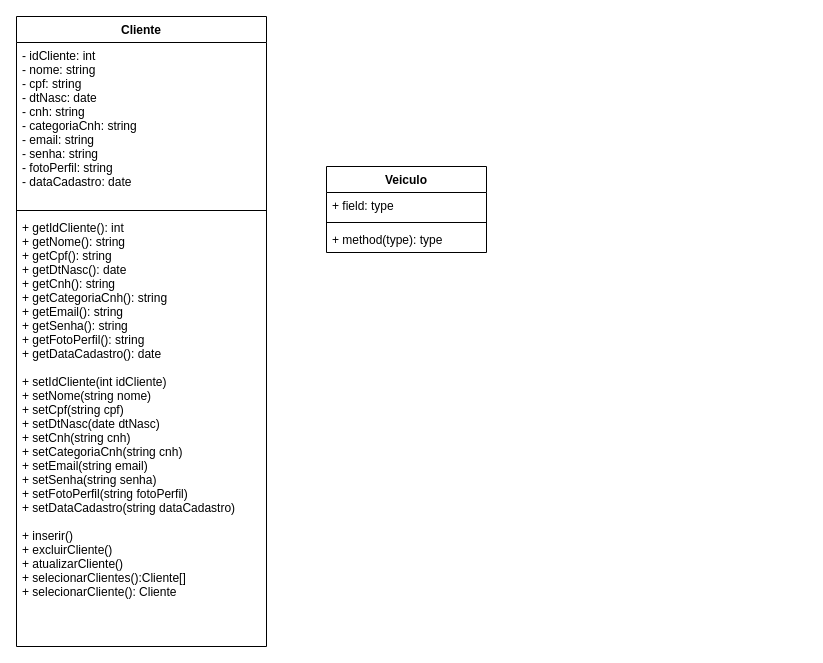
Earlier version of the draw.io diagram diagramaClasse/uml.drawio (klisssolutions/MobShare-Diversos). Source tidied: cells renumbered, new cells numbered last; positions are measured from the earlier drawing's top-left corner, leaving out a move shared by most shapes. Both pictures are drawn from the tidied source at 100%, with x=0, y=0 at pixel (16, 16).
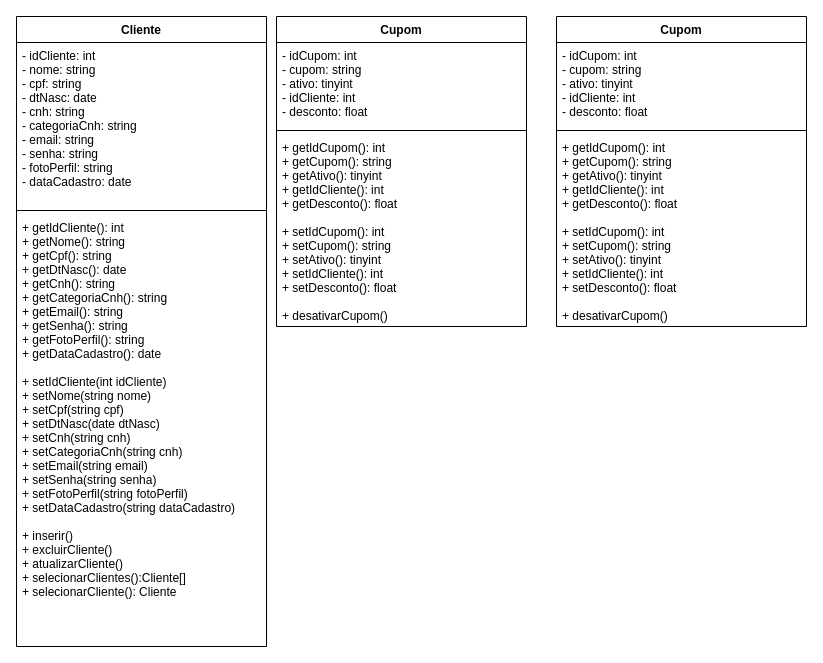
The same diagram, later.

What changed in the source:
```diff
@@
 <mxGraphModel>
   <root>
     <mxCell id="0" />
     <mxCell id="1" parent="0" />
     <mxCell id="2" value="Cliente" style="swimlane;fontStyle=1;align=center;verticalAlign=top;horizontal=1;startSize=26;" parent="1" vertex="1">
       <mxGeometry width="250" height="630" as="geometry" />
     </mxCell>
     <mxCell id="3" value="- idCliente: int&#10;- nome: string&#10;- cpf: string&#10;- dtNasc: date&#10;- cnh: string&#10;- categoriaCnh: string&#10;- email: string&#10;- senha: string&#10;- fotoPerfil: string&#10;- dataCadastro: date&#10;&#10;&#10;&#10;&#10;" style="text;strokeColor=none;fillColor=none;align=left;verticalAlign=top;spacingLeft=4;spacingRight=4;overflow=hidden;" parent="2" vertex="1">
       <mxGeometry y="26" width="250" height="164" as="geometry" />
     </mxCell>
     <mxCell id="4" style="line;strokeWidth=1;fillColor=none;align=left;verticalAlign=middle;spacingTop=-1;spacingLeft=3;spacingRight=3;labelPosition=right;" parent="2" vertex="1">
       <mxGeometry y="190" width="250" height="8" as="geometry" />
     </mxCell>
     <mxCell id="5" value="+ getIdCliente(): int&#10;+ getNome(): string&#10;+ getCpf(): string&#10;+ getDtNasc(): date&#10;+ getCnh(): string&#10;+ getCategoriaCnh(): string&#10;+ getEmail(): string&#10;+ getSenha(): string&#10;+ getFotoPerfil(): string&#10;+ getDataCadastro(): date&#10;&#10;+ setIdCliente(int idCliente)&#10;+ setNome(string nome)&#10;+ setCpf(string cpf)&#10;+ setDtNasc(date dtNasc)&#10;+ setCnh(string cnh)&#10;+ setCategoriaCnh(string cnh)&#10;+ setEmail(string email)&#10;+ setSenha(string senha)&#10;+ setFotoPerfil(string fotoPerfil)&#10;+ setDataCadastro(string dataCadastro)&#10;&#10;+ inserir()&#10;+ excluirCliente()&#10;+ atualizarCliente()&#10;+ selecionarClientes():Cliente[]&#10;+ selecionarCliente(): Cliente&#10;&#10;&#10;&#10;&#10;" style="text;strokeColor=none;fillColor=none;align=left;verticalAlign=top;spacingLeft=4;spacingRight=4;overflow=hidden;" parent="2" vertex="1">
       <mxGeometry y="198" width="250" height="432" as="geometry" />
     </mxCell>
-    <mxCell id="6" value="Veiculo&#10;&#10;" style="swimlane;fontStyle=1;align=center;verticalAlign=top;horizontal=1;startSize=26;" parent="1" vertex="1">
-      <mxGeometry x="310" y="150" width="160" height="86" as="geometry" />
-    </mxCell>
-    <mxCell id="7" value="+ field: type" style="text;strokeColor=none;fillColor=none;align=left;verticalAlign=top;spacingLeft=4;spacingRight=4;overflow=hidden;" parent="6" vertex="1">
-      <mxGeometry y="26" width="160" height="26" as="geometry" />
-    </mxCell>
-    <mxCell id="8" style="line;strokeWidth=1;fillColor=none;align=left;verticalAlign=middle;spacingTop=-1;spacingLeft=3;spacingRight=3;labelPosition=right;" parent="6" vertex="1">
-      <mxGeometry y="52" width="160" height="8" as="geometry" />
-    </mxCell>
-    <mxCell id="9" value="+ method(type): type" style="text;strokeColor=none;fillColor=none;align=left;verticalAlign=top;spacingLeft=4;spacingRight=4;overflow=hidden;" parent="6" vertex="1">
-      <mxGeometry y="60" width="160" height="26" as="geometry" />
-    </mxCell>
+    <mxCell id="10" value="Cupom" style="swimlane;fontStyle=1;align=center;verticalAlign=top;horizontal=1;startSize=26;" parent="1" vertex="1">
+      <mxGeometry x="260" width="250" height="310" as="geometry" />
+    </mxCell>
+    <mxCell id="11" value="- idCupom: int&#10;- cupom: string&#10;- ativo: tinyint&#10;- idCliente: int&#10;- desconto: float&#10;&#10;&#10;&#10;&#10;" style="text;strokeColor=none;fillColor=none;align=left;verticalAlign=top;spacingLeft=4;spacingRight=4;overflow=hidden;" parent="10" vertex="1">
+      <mxGeometry y="26" width="250" height="84" as="geometry" />
+    </mxCell>
+    <mxCell id="12" style="line;strokeWidth=1;fillColor=none;align=left;verticalAlign=middle;spacingTop=-1;spacingLeft=3;spacingRight=3;labelPosition=right;" parent="10" vertex="1">
+      <mxGeometry y="110" width="250" height="8" as="geometry" />
+    </mxCell>
+    <mxCell id="13" value="+ getIdCupom(): int&#10;+ getCupom(): string&#10;+ getAtivo(): tinyint&#10;+ getIdCliente(): int&#10;+ getDesconto(): float&#10;&#10;+ setIdCupom(): int&#10;+ setCupom(): string&#10;+ setAtivo(): tinyint&#10;+ setIdCliente(): int&#10;+ setDesconto(): float&#10;&#10;+ desativarCupom()&#10;&#10;" style="text;strokeColor=none;fillColor=none;align=left;verticalAlign=top;spacingLeft=4;spacingRight=4;overflow=hidden;" parent="10" vertex="1">
+      <mxGeometry y="118" width="250" height="192" as="geometry" />
+    </mxCell>
+    <mxCell id="14" value="Cupom" style="swimlane;fontStyle=1;align=center;verticalAlign=top;horizontal=1;startSize=26;" parent="1" vertex="1">
+      <mxGeometry x="540" width="250" height="310" as="geometry" />
+    </mxCell>
+    <mxCell id="15" value="- idCupom: int&#10;- cupom: string&#10;- ativo: tinyint&#10;- idCliente: int&#10;- desconto: float&#10;&#10;&#10;&#10;&#10;" style="text;strokeColor=none;fillColor=none;align=left;verticalAlign=top;spacingLeft=4;spacingRight=4;overflow=hidden;" parent="14" vertex="1">
+      <mxGeometry y="26" width="250" height="84" as="geometry" />
+    </mxCell>
+    <mxCell id="16" style="line;strokeWidth=1;fillColor=none;align=left;verticalAlign=middle;spacingTop=-1;spacingLeft=3;spacingRight=3;labelPosition=right;" parent="14" vertex="1">
+      <mxGeometry y="110" width="250" height="8" as="geometry" />
+    </mxCell>
+    <mxCell id="17" value="+ getIdCupom(): int&#10;+ getCupom(): string&#10;+ getAtivo(): tinyint&#10;+ getIdCliente(): int&#10;+ getDesconto(): float&#10;&#10;+ setIdCupom(): int&#10;+ setCupom(): string&#10;+ setAtivo(): tinyint&#10;+ setIdCliente(): int&#10;+ setDesconto(): float&#10;&#10;+ desativarCupom()&#10;&#10;" style="text;strokeColor=none;fillColor=none;align=left;verticalAlign=top;spacingLeft=4;spacingRight=4;overflow=hidden;" parent="14" vertex="1">
+      <mxGeometry y="118" width="250" height="192" as="geometry" />
+    </mxCell>
   </root>
 </mxGraphModel>
```
